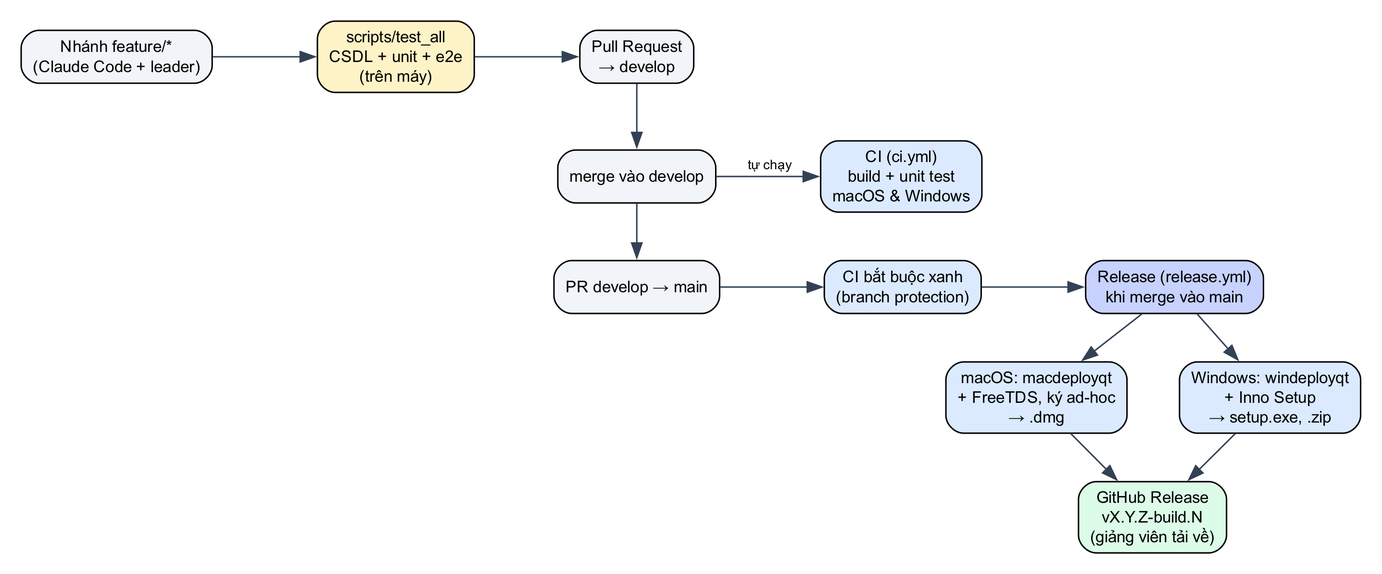
Earlier version of the Graphviz export docs/report/images/diagrams/cicd.png (nhutruong-uit/imcp). Its source is kept beside it as docs/report/diagrams/cicd.dot.
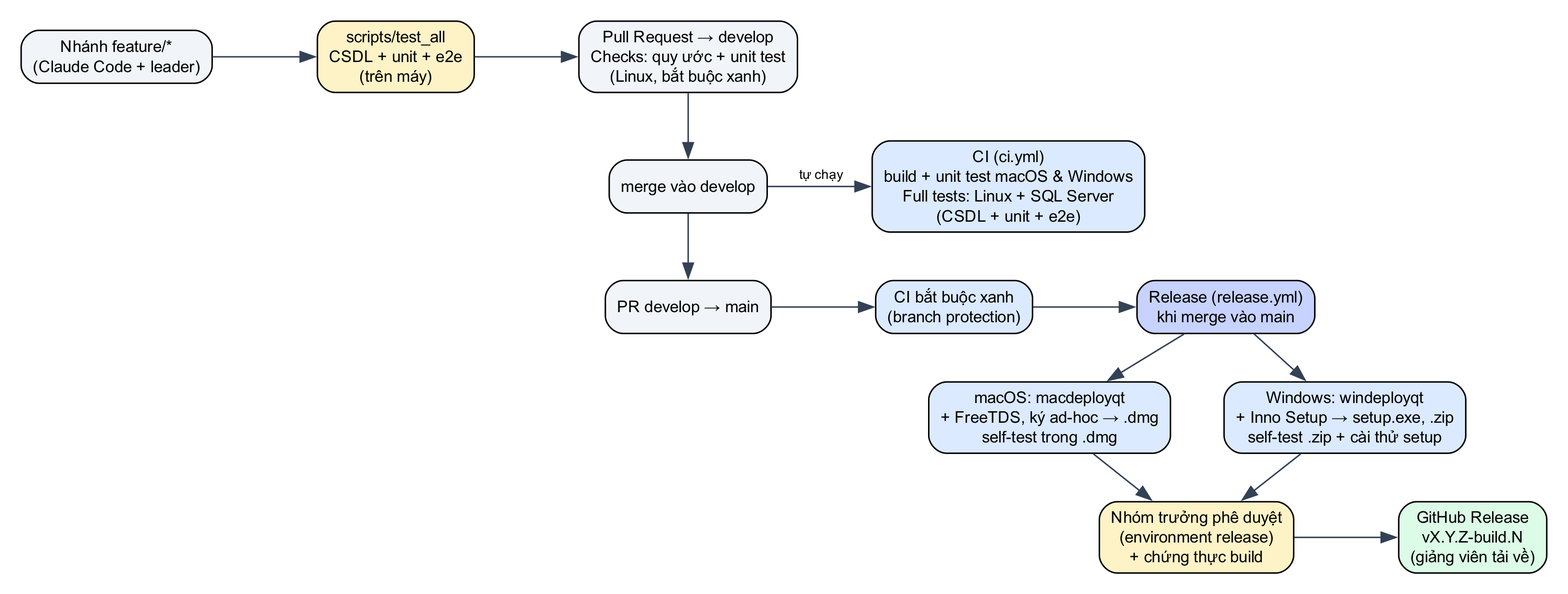
The same file after the commit.

What changed in the source:
```diff
@@ -4,20 +4,22 @@
   edge  [color="#334155", fontname="Arial", fontsize=9];
   dev [label="Nhánh feature/*\n(Claude Code + leader)"];
   local [label="scripts/test_all\nCSDL + unit + e2e\n(trên máy)", fillcolor="#FEF3C7"];
-  pr [label="Pull Request\n→ develop"];
+  pr [label="Pull Request → develop\nChecks: quy ước + unit test\n(Linux, bắt buộc xanh)"];
   develop [label="merge vào develop"];
-  ci [label="CI (ci.yml)\nbuild + unit test\nmacOS & Windows", fillcolor="#DBEAFE"];
+  ci [label="CI (ci.yml)\nbuild + unit test macOS & Windows\nFull tests: Linux + SQL Server\n(CSDL + unit + e2e)", fillcolor="#DBEAFE"];
   prm [label="PR develop → main"];
   cim [label="CI bắt buộc xanh\n(branch protection)", fillcolor="#DBEAFE"];
   rel [label="Release (release.yml)\nkhi merge vào main", fillcolor="#C7D2FE"];
-  mac [label="macOS: macdeployqt\n+ FreeTDS, ký ad-hoc\n→ .dmg", fillcolor="#DBEAFE"];
-  win [label="Windows: windeployqt\n+ Inno Setup\n→ setup.exe, .zip", fillcolor="#DBEAFE"];
+  mac [label="macOS: macdeployqt\n+ FreeTDS, ký ad-hoc → .dmg\nself-test trong .dmg", fillcolor="#DBEAFE"];
+  win [label="Windows: windeployqt\n+ Inno Setup → setup.exe, .zip\nself-test .zip + cài thử setup", fillcolor="#DBEAFE"];
+  approve [label="Nhóm trưởng phê duyệt\n(environment release)\n+ chứng thực build", fillcolor="#FEF3C7"];
   gh [label="GitHub Release\nvX.Y.Z-build.N\n(giảng viên tải về)", fillcolor="#DCFCE7"];
   {rank=same; dev; local; pr;}
   {rank=same; develop; ci;}
   {rank=same; prm; cim; rel;}
   {rank=same; mac; win;}
+  {rank=same; approve; gh;}
   dev -> local -> pr; pr -> develop; develop -> ci [label=" tự chạy"];
   develop -> prm -> cim -> rel;
-  rel -> mac; rel -> win; mac -> gh; win -> gh;
+  rel -> mac; rel -> win; mac -> approve; win -> approve; approve -> gh;
 }
```
